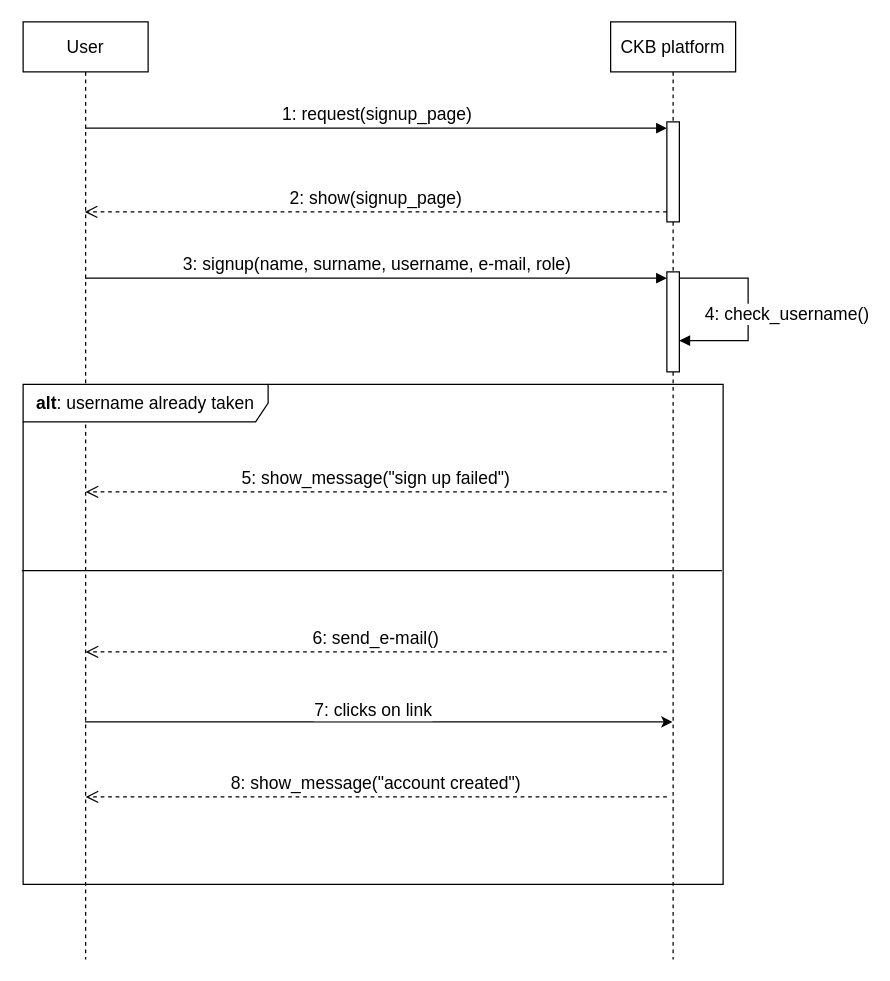
The draw.io diagram page "Sign up" (1 of 19) of diagrams/sequence diagrams/sequence_diagrams.drawio in mttcrn/software-engineering-II-project, before the edit. Source tidied: cells renumbered, new cells numbered last; positions are measured from the earlier drawing's top-left corner, leaving out a move shared by most shapes. Both pictures are drawn from the tidied source at 125%, with x=0, y=0 at pixel (21, 21).
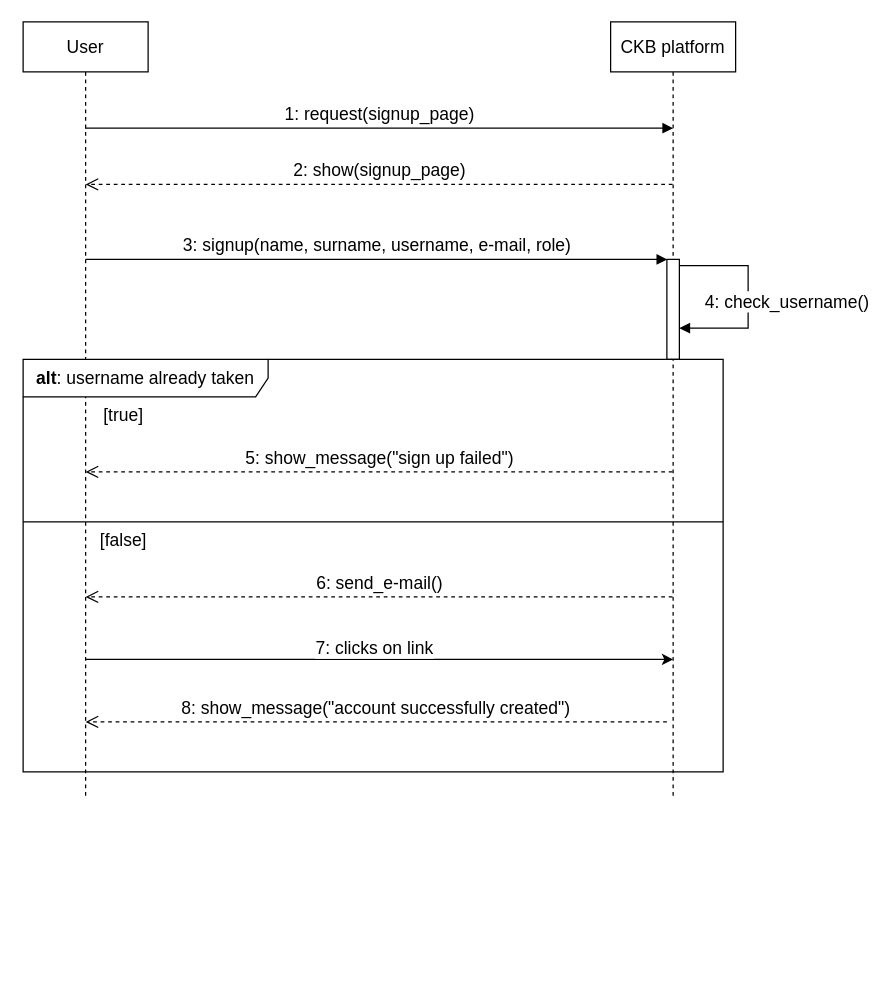
The same diagram, later.

The edit, as a diff of the source:
```diff
@@
     <mxCell id="2" value="User" style="shape=umlLifeline;perimeter=lifelinePerimeter;whiteSpace=wrap;html=1;outlineConnect=0;portConstraint=eastwest;newEdgeStyle={&quot;edgeStyle&quot;:&quot;elbowEdgeStyle&quot;,&quot;elbow&quot;:&quot;vertical&quot;,&quot;curved&quot;:0,&quot;rounded&quot;:0};fontSize=14;" parent="1" vertex="1">
-      <mxGeometry x="1" width="100" height="750" as="geometry" />
+      <mxGeometry x="1" width="100" height="620" as="geometry" />
     </mxCell>
     <mxCell id="3" value="CKB platform" style="shape=umlLifeline;perimeter=lifelinePerimeter;whiteSpace=wrap;html=1;outlineConnect=0;portConstraint=eastwest;newEdgeStyle={&quot;edgeStyle&quot;:&quot;elbowEdgeStyle&quot;,&quot;elbow&quot;:&quot;vertical&quot;,&quot;curved&quot;:0,&quot;rounded&quot;:0};fontSize=14;" parent="1" vertex="1">
-      <mxGeometry x="471" width="100" height="750" as="geometry" />
+      <mxGeometry x="471" width="100" height="620" as="geometry" />
     </mxCell>
-    <mxCell id="4" style="html=1;points=[[0,0,0,0,5],[0,1,0,0,-5],[1,0,0,0,5],[1,1,0,0,-5]];perimeter=orthogonalPerimeter;outlineConnect=0;targetShapes=umlLifeline;portConstraint=eastwest;newEdgeStyle={&quot;curved&quot;:0,&quot;rounded&quot;:0};fontSize=14;" parent="3" vertex="1">
-      <mxGeometry x="45" y="80" width="10" height="80" as="geometry" />
-    </mxCell>
     <mxCell id="5" style="html=1;points=[[0,0,0,0,5],[0,1,0,0,-5],[1,0,0,0,5],[1,1,0,0,-5]];perimeter=orthogonalPerimeter;outlineConnect=0;targetShapes=umlLifeline;portConstraint=eastwest;newEdgeStyle={&quot;curved&quot;:0,&quot;rounded&quot;:0};fontSize=14;" parent="3" vertex="1">
-      <mxGeometry x="45" y="200" width="10" height="80" as="geometry" />
+      <mxGeometry x="45" y="190" width="10" height="80" as="geometry" />
     </mxCell>
     <mxCell id="6" style="html=1;align=left;spacingLeft=2;endArrow=block;rounded=0;edgeStyle=orthogonalEdgeStyle;curved=0;rounded=0;fontSize=14;exitX=1;exitY=0;exitDx=0;exitDy=5;exitPerimeter=0;" parent="3" edge="1" source="5" target="5">
       <mxGeometry relative="1" as="geometry">
         <Array as="points">
-          <mxPoint x="110" y="205" />
-          <mxPoint x="110" y="255" />
+          <mxPoint x="110" y="195" />
+          <mxPoint x="110" y="245" />
         </Array>
       </mxGeometry>
     </mxCell>
@@
-    <mxCell id="8" value="1: request(signup_page)" style="html=1;verticalAlign=bottom;endArrow=block;curved=0;rounded=0;entryX=0;entryY=0;entryDx=0;entryDy=5;fontSize=14;" parent="1" edge="1" source="2" target="4">
-      <mxGeometry relative="1" as="geometry" />
+    <mxCell id="8" value="1: request(signup_page)" style="html=1;verticalAlign=bottom;endArrow=block;curved=0;rounded=0;fontSize=14;" parent="1" edge="1" source="2">
+      <mxGeometry relative="1" as="geometry">
+        <mxPoint x="521" y="85" as="targetPoint" />
+      </mxGeometry>
     </mxCell>
-    <mxCell id="9" value="2: show(signup_page)" style="html=1;verticalAlign=bottom;endArrow=open;dashed=1;endSize=8;curved=0;rounded=0;exitX=0;exitY=1;exitDx=0;exitDy=-5;fontSize=14;" parent="1" edge="1">
+    <mxCell id="9" value="2: show(signup_page)" style="html=1;verticalAlign=bottom;endArrow=open;dashed=1;endSize=8;curved=0;rounded=0;fontSize=14;" parent="1" edge="1" source="3">
       <mxGeometry relative="1" as="geometry">
-        <mxPoint x="516" y="152" as="sourcePoint" />
-        <mxPoint x="50.3" y="152" as="targetPoint" />
+        <mxPoint x="51" y="130" as="targetPoint" />
       </mxGeometry>
     </mxCell>
-    <mxCell id="10" value="3: signup(name, surname, username, e-mail, role)" style="html=1;verticalAlign=bottom;endArrow=block;curved=0;rounded=0;entryX=0;entryY=0;entryDx=0;entryDy=5;fontSize=14;" parent="1" edge="1" source="2" target="5">
-      <mxGeometry relative="1" as="geometry" />
+    <mxCell id="10" value="3: signup(name, surname, username, e-mail, role)" style="html=1;verticalAlign=bottom;endArrow=block;curved=0;rounded=0;entryX=0;entryY=0;entryDx=0;entryDy=5;fontSize=14;" parent="1" edge="1">
+      <mxGeometry relative="1" as="geometry">
+        <mxPoint x="51" y="190" as="sourcePoint" />
+        <mxPoint x="516.3" y="190" as="targetPoint" />
+      </mxGeometry>
     </mxCell>
-    <mxCell id="11" value="&lt;font style=&quot;font-size: 14px;&quot;&gt;6: send_e-mail()&lt;/font&gt;" style="html=1;verticalAlign=bottom;endArrow=open;dashed=1;endSize=8;curved=0;rounded=0;exitX=0;exitY=1;exitDx=0;exitDy=-5;fontSize=14;" parent="1" edge="1">
+    <mxCell id="11" value="&lt;font style=&quot;font-size: 14px;&quot;&gt;6: send_e-mail()&lt;/font&gt;" style="html=1;verticalAlign=bottom;endArrow=open;dashed=1;endSize=8;curved=0;rounded=0;fontSize=14;" parent="1" edge="1" source="3">
       <mxGeometry relative="1" as="geometry">
-        <mxPoint x="516" y="504" as="sourcePoint" />
-        <mxPoint x="51" y="504" as="targetPoint" />
+        <mxPoint x="51" y="460" as="targetPoint" />
       </mxGeometry>
     </mxCell>
     <mxCell id="12" value="&lt;b style=&quot;font-size: 14px;&quot;&gt;alt&lt;/b&gt;: username already taken" style="shape=umlFrame;whiteSpace=wrap;html=1;width=196;height=30;fontSize=14;" parent="1" vertex="1">
-      <mxGeometry x="1" y="290" width="560" height="400" as="geometry" />
+      <mxGeometry x="1" y="270" width="560" height="330" as="geometry" />
     </mxCell>
-    <mxCell id="13" value="5: show_message(&quot;sign up failed&quot;)" style="html=1;verticalAlign=bottom;endArrow=open;dashed=1;endSize=8;curved=0;rounded=0;exitX=0;exitY=1;exitDx=0;exitDy=-5;fontSize=14;" parent="1" edge="1">
+    <mxCell id="13" value="5: show_message(&quot;sign up failed&quot;)" style="html=1;verticalAlign=bottom;endArrow=open;dashed=1;endSize=8;curved=0;rounded=0;fontSize=14;" parent="1" edge="1" source="3">
       <mxGeometry relative="1" as="geometry">
-        <mxPoint x="516" y="376" as="sourcePoint" />
-        <mxPoint x="51" y="376" as="targetPoint" />
+        <mxPoint x="51" y="360" as="targetPoint" />
       </mxGeometry>
     </mxCell>
     <mxCell id="14" style="endArrow=classic;html=1;rounded=0;fontSize=14;" parent="1" edge="1">
       <mxGeometry relative="1" as="geometry">
-        <mxPoint x="50.5" y="560" as="sourcePoint" />
-        <mxPoint x="520.5" y="560" as="targetPoint" />
+        <mxPoint x="51" y="510" as="sourcePoint" />
+        <mxPoint x="521" y="510" as="targetPoint" />
       </mxGeometry>
     </mxCell>
@@
-    <mxCell id="16" value="8: show_message(&quot;account created&quot;)" style="html=1;verticalAlign=bottom;endArrow=open;dashed=1;endSize=8;curved=0;rounded=0;exitX=0;exitY=1;exitDx=0;exitDy=-5;fontSize=14;" parent="1" edge="1">
+    <mxCell id="16" value="8: show_message(&quot;account successfully created&quot;)" style="html=1;verticalAlign=bottom;endArrow=open;dashed=1;endSize=8;curved=0;rounded=0;exitX=0;exitY=1;exitDx=0;exitDy=-5;fontSize=14;" parent="1" edge="1">
       <mxGeometry relative="1" as="geometry">
-        <mxPoint x="516" y="620" as="sourcePoint" />
-        <mxPoint x="51" y="620" as="targetPoint" />
+        <mxPoint x="516" y="560" as="sourcePoint" />
+        <mxPoint x="51" y="560" as="targetPoint" />
       </mxGeometry>
     </mxCell>
     <mxCell id="17" style="endArrow=none;html=1;rounded=0;fontSize=14;" parent="1" edge="1">
       <mxGeometry relative="1" as="geometry">
-        <mxPoint y="439" as="sourcePoint" />
-        <mxPoint x="560" y="439" as="targetPoint" />
+        <mxPoint x="1" y="400" as="sourcePoint" />
+        <mxPoint x="561" y="400" as="targetPoint" />
       </mxGeometry>
     </mxCell>
+    <mxCell id="18" value="&lt;span style=&quot;font-size: 14px;&quot;&gt;[false]&lt;/span&gt;" style="text;html=1;align=center;verticalAlign=middle;strokeColor=none;fillColor=none;fontSize=14;" parent="1" vertex="1">
+      <mxGeometry x="51" y="400" width="60" height="30" as="geometry" />
+    </mxCell>
+    <mxCell id="19" value="&lt;span style=&quot;font-size: 14px;&quot;&gt;[true]&lt;/span&gt;" style="text;html=1;align=center;verticalAlign=middle;strokeColor=none;fillColor=none;fontSize=14;" parent="1" vertex="1">
+      <mxGeometry x="51" y="300" width="60" height="30" as="geometry" />
+    </mxCell>
```
